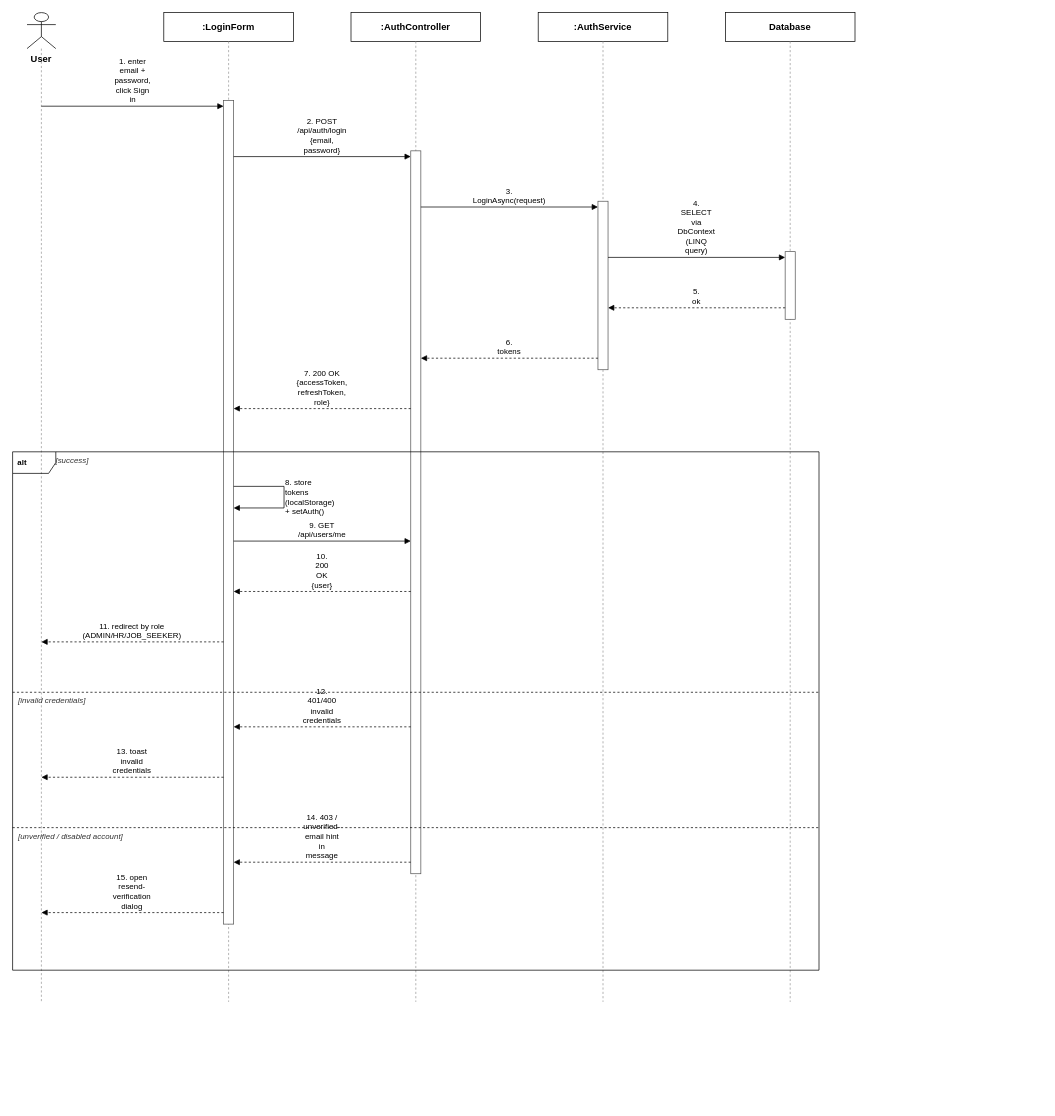
Earlier version of the draw.io diagram docs/qa/Hien_SequenceDiagram/Report4_SequenceDiagram_Login.drawio (tulklk/AI_Interview_Question_Generation_RAG_LLM_FE). Source tidied: cells renumbered, new cells numbered last; positions are measured from the earlier drawing's top-left corner, leaving out a move shared by most shapes. Both pictures are drawn from the tidied source at 72%, with x=0, y=0 at pixel (12, 12).
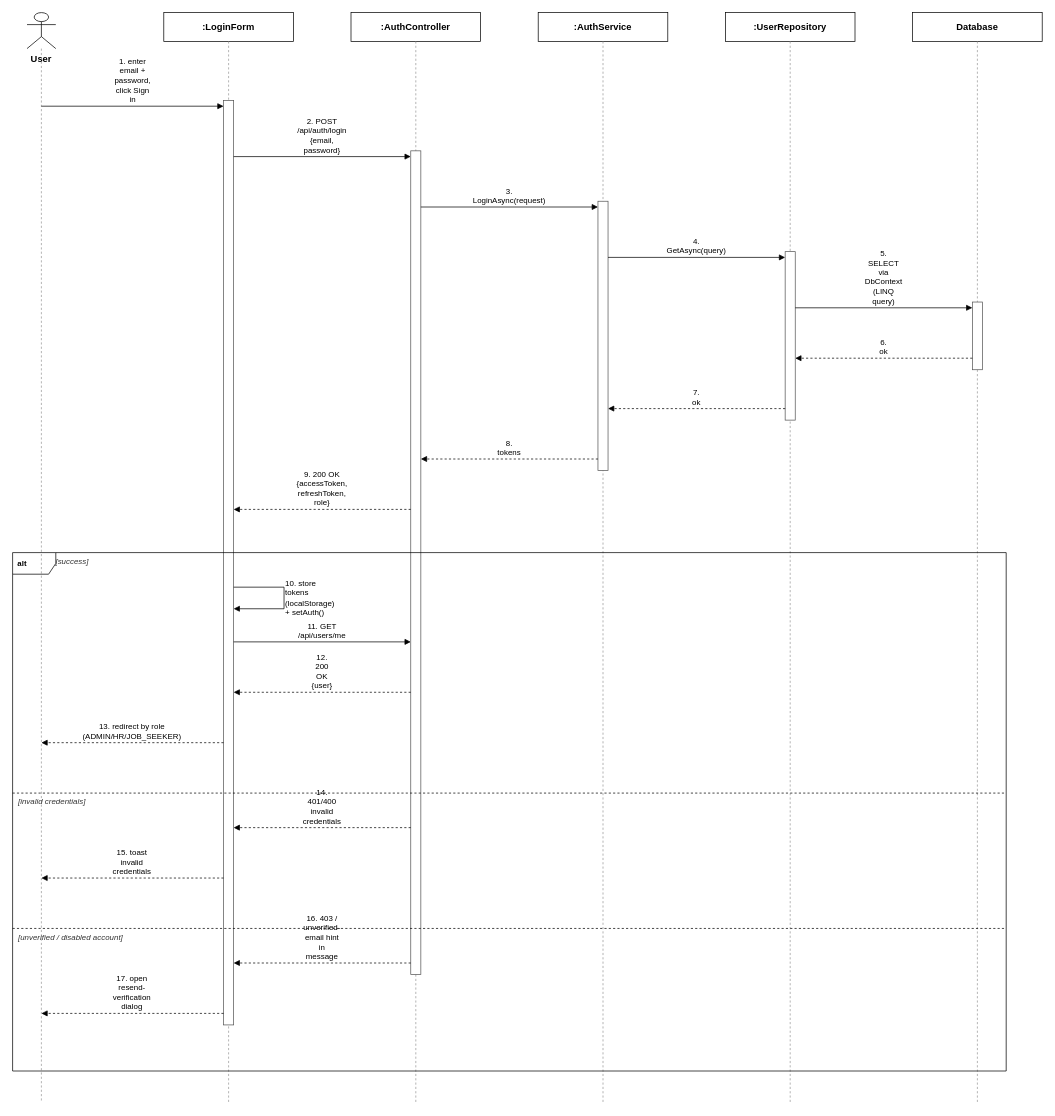
After the change.

What changed in the source:
```diff
@@
     <mxCell id="3" style="endArrow=none;dashed=1;html=1;strokeColor=#999999;" parent="1" edge="1">
       <mxGeometry relative="1" as="geometry">
         <mxPoint x="40" y="50" as="sourcePoint" />
-        <mxPoint x="40" y="1374" as="targetPoint" />
+        <mxPoint x="40" y="1514" as="targetPoint" />
       </mxGeometry>
     </mxCell>
@@
     <mxCell id="5" style="endArrow=none;dashed=1;html=1;strokeColor=#999999;" parent="1" edge="1">
       <mxGeometry relative="1" as="geometry">
         <mxPoint x="300" y="40" as="sourcePoint" />
-        <mxPoint x="300" y="1374" as="targetPoint" />
+        <mxPoint x="300" y="1514" as="targetPoint" />
       </mxGeometry>
     </mxCell>
@@
     <mxCell id="7" style="endArrow=none;dashed=1;html=1;strokeColor=#999999;" parent="1" edge="1">
       <mxGeometry relative="1" as="geometry">
         <mxPoint x="560" y="40" as="sourcePoint" />
-        <mxPoint x="560" y="1374" as="targetPoint" />
+        <mxPoint x="560" y="1514" as="targetPoint" />
       </mxGeometry>
     </mxCell>
@@
     <mxCell id="9" style="endArrow=none;dashed=1;html=1;strokeColor=#999999;" parent="1" edge="1">
       <mxGeometry relative="1" as="geometry">
         <mxPoint x="820" y="40" as="sourcePoint" />
-        <mxPoint x="820" y="1374" as="targetPoint" />
+        <mxPoint x="820" y="1514" as="targetPoint" />
       </mxGeometry>
     </mxCell>
-    <mxCell id="10" value="Database" style="rounded=0;whiteSpace=wrap;html=1;fontSize=13;fillColor=#ffffff;strokeColor=#000000;fontStyle=1;" parent="1" vertex="1">
+    <mxCell id="10" value=":UserRepository" style="rounded=0;whiteSpace=wrap;html=1;fontSize=13;fillColor=#ffffff;strokeColor=#000000;fontStyle=1;" parent="1" vertex="1">
       <mxGeometry x="990" width="180" height="40" as="geometry" />
     </mxCell>
     <mxCell id="11" style="endArrow=none;dashed=1;html=1;strokeColor=#999999;" parent="1" edge="1">
       <mxGeometry relative="1" as="geometry">
         <mxPoint x="1080" y="40" as="sourcePoint" />
-        <mxPoint x="1080" y="1374" as="targetPoint" />
+        <mxPoint x="1080" y="1514" as="targetPoint" />
       </mxGeometry>
     </mxCell>
-    <mxCell id="12" style="rounded=0;whiteSpace=wrap;html=1;fillColor=#ffffff;strokeColor=#555555;" parent="1" vertex="1">
-      <mxGeometry x="293" y="122" width="14" height="1144" as="geometry" />
+    <mxCell id="12" value="Database" style="rounded=0;whiteSpace=wrap;html=1;fontSize=13;fillColor=#ffffff;strokeColor=#000000;fontStyle=1;" parent="1" vertex="1">
+      <mxGeometry x="1250" width="180" height="40" as="geometry" />
     </mxCell>
-    <mxCell id="13" style="rounded=0;whiteSpace=wrap;html=1;fillColor=#ffffff;strokeColor=#555555;" parent="1" vertex="1">
-      <mxGeometry x="553" y="192" width="14" height="1004" as="geometry" />
+    <mxCell id="13" style="endArrow=none;dashed=1;html=1;strokeColor=#999999;" parent="1" edge="1">
+      <mxGeometry relative="1" as="geometry">
+        <mxPoint x="1340" y="40" as="sourcePoint" />
+        <mxPoint x="1340" y="1514" as="targetPoint" />
+      </mxGeometry>
     </mxCell>
     <mxCell id="14" style="rounded=0;whiteSpace=wrap;html=1;fillColor=#ffffff;strokeColor=#555555;" parent="1" vertex="1">
-      <mxGeometry x="813" y="262" width="14" height="234" as="geometry" />
+      <mxGeometry x="293" y="122" width="14" height="1284" as="geometry" />
     </mxCell>
     <mxCell id="15" style="rounded=0;whiteSpace=wrap;html=1;fillColor=#ffffff;strokeColor=#555555;" parent="1" vertex="1">
-      <mxGeometry x="1073" y="332" width="14" height="94" as="geometry" />
+      <mxGeometry x="553" y="192" width="14" height="1144" as="geometry" />
     </mxCell>
-    <mxCell id="16" value="1. enter email + password, click Sign in" style="endArrow=block;endFill=1;html=1;whiteSpace=wrap;fontSize=11;align=center;verticalAlign=bottom;labelBackgroundColor=#ffffff;strokeColor=#000000;" parent="1" edge="1">
-      <mxGeometry relative="1" as="geometry">
-        <mxPoint x="40" y="130" as="sourcePoint" />
-        <mxPoint x="293" y="130" as="targetPoint" />
-      </mxGeometry>
+    <mxCell id="16" style="rounded=0;whiteSpace=wrap;html=1;fillColor=#ffffff;strokeColor=#555555;" parent="1" vertex="1">
+      <mxGeometry x="813" y="262" width="14" height="374" as="geometry" />
     </mxCell>
-    <mxCell id="17" value="2. POST /api/auth/login {email, password}" style="endArrow=block;endFill=1;html=1;whiteSpace=wrap;fontSize=11;align=center;verticalAlign=bottom;labelBackgroundColor=#ffffff;strokeColor=#000000;" parent="1" edge="1">
-      <mxGeometry relative="1" as="geometry">
-        <mxPoint x="307" y="200" as="sourcePoint" />
-        <mxPoint x="553" y="200" as="targetPoint" />
-      </mxGeometry>
+    <mxCell id="17" style="rounded=0;whiteSpace=wrap;html=1;fillColor=#ffffff;strokeColor=#555555;" parent="1" vertex="1">
+      <mxGeometry x="1073" y="332" width="14" height="234" as="geometry" />
     </mxCell>
-    <mxCell id="18" value="3. LoginAsync(request)" style="endArrow=block;endFill=1;html=1;whiteSpace=wrap;fontSize=11;align=center;verticalAlign=bottom;labelBackgroundColor=#ffffff;strokeColor=#000000;" parent="1" edge="1">
-      <mxGeometry relative="1" as="geometry">
-        <mxPoint x="567" y="270" as="sourcePoint" />
-        <mxPoint x="813" y="270" as="targetPoint" />
-      </mxGeometry>
+    <mxCell id="18" style="rounded=0;whiteSpace=wrap;html=1;fillColor=#ffffff;strokeColor=#555555;" parent="1" vertex="1">
+      <mxGeometry x="1333" y="402" width="14" height="94" as="geometry" />
     </mxCell>
-    <mxCell id="19" value="4. SELECT via DbContext (LINQ query)" style="endArrow=block;endFill=1;html=1;whiteSpace=wrap;fontSize=11;align=center;verticalAlign=bottom;labelBackgroundColor=#ffffff;strokeColor=#000000;" parent="1" edge="1">
+    <mxCell id="19" value="1. enter email + password, click Sign in" style="endArrow=block;endFill=1;html=1;whiteSpace=wrap;fontSize=11;align=center;verticalAlign=bottom;labelBackgroundColor=#ffffff;strokeColor=#000000;" parent="1" edge="1">
       <mxGeometry relative="1" as="geometry">
-        <mxPoint x="827" y="340" as="sourcePoint" />
-        <mxPoint x="1073" y="340" as="targetPoint" />
+        <mxPoint x="40" y="130" as="sourcePoint" />
+        <mxPoint x="293" y="130" as="targetPoint" />
       </mxGeometry>
     </mxCell>
-    <mxCell id="20" value="5. ok" style="endArrow=block;endFill=1;html=1;whiteSpace=wrap;dashed=1;fontSize=11;align=center;verticalAlign=bottom;labelBackgroundColor=#ffffff;strokeColor=#000000;" parent="1" edge="1">
+    <mxCell id="20" value="2. POST /api/auth/login {email, password}" style="endArrow=block;endFill=1;html=1;whiteSpace=wrap;fontSize=11;align=center;verticalAlign=bottom;labelBackgroundColor=#ffffff;strokeColor=#000000;" parent="1" edge="1">
       <mxGeometry relative="1" as="geometry">
-        <mxPoint x="1073" y="410" as="sourcePoint" />
-        <mxPoint x="827" y="410" as="targetPoint" />
+        <mxPoint x="307" y="200" as="sourcePoint" />
+        <mxPoint x="553" y="200" as="targetPoint" />
       </mxGeometry>
     </mxCell>
-    <mxCell id="21" value="6. tokens" style="endArrow=block;endFill=1;html=1;whiteSpace=wrap;dashed=1;fontSize=11;align=center;verticalAlign=bottom;labelBackgroundColor=#ffffff;strokeColor=#000000;" parent="1" edge="1">
+    <mxCell id="21" value="3. LoginAsync(request)" style="endArrow=block;endFill=1;html=1;whiteSpace=wrap;fontSize=11;align=center;verticalAlign=bottom;labelBackgroundColor=#ffffff;strokeColor=#000000;" parent="1" edge="1">
       <mxGeometry relative="1" as="geometry">
-        <mxPoint x="813" y="480" as="sourcePoint" />
-        <mxPoint x="567" y="480" as="targetPoint" />
+        <mxPoint x="567" y="270" as="sourcePoint" />
+        <mxPoint x="813" y="270" as="targetPoint" />
       </mxGeometry>
     </mxCell>
-    <mxCell id="22" value="7. 200 OK {accessToken, refreshToken, role}" style="endArrow=block;endFill=1;html=1;whiteSpace=wrap;dashed=1;fontSize=11;align=center;verticalAlign=bottom;labelBackgroundColor=#ffffff;strokeColor=#000000;" parent="1" edge="1">
+    <mxCell id="22" value="4. GetAsync(query)" style="endArrow=block;endFill=1;html=1;whiteSpace=wrap;fontSize=11;align=center;verticalAlign=bottom;labelBackgroundColor=#ffffff;strokeColor=#000000;" parent="1" edge="1">
       <mxGeometry relative="1" as="geometry">
-        <mxPoint x="553" y="550" as="sourcePoint" />
-        <mxPoint x="307" y="550" as="targetPoint" />
+        <mxPoint x="827" y="340" as="sourcePoint" />
+        <mxPoint x="1073" y="340" as="targetPoint" />
       </mxGeometry>
     </mxCell>
-    <mxCell id="23" value="8. store tokens (localStorage) + setAuth()" style="endArrow=block;endFill=1;html=1;whiteSpace=wrap;fontSize=11;align=left;verticalAlign=middle;labelBackgroundColor=#ffffff;rounded=0;strokeColor=#000000;" parent="1" edge="1">
+    <mxCell id="23" value="5. SELECT via DbContext (LINQ query)" style="endArrow=block;endFill=1;html=1;whiteSpace=wrap;fontSize=11;align=center;verticalAlign=bottom;labelBackgroundColor=#ffffff;strokeColor=#000000;" parent="1" edge="1">
       <mxGeometry relative="1" as="geometry">
-        <mxPoint x="307" y="658" as="sourcePoint" />
-        <mxPoint x="307" y="688" as="targetPoint" />
-        <Array as="points">
-          <mxPoint x="377" y="658" />
-          <mxPoint x="377" y="688" />
-        </Array>
+        <mxPoint x="1087" y="410" as="sourcePoint" />
+        <mxPoint x="1333" y="410" as="targetPoint" />
       </mxGeometry>
     </mxCell>
-    <mxCell id="24" value="9. GET /api/users/me" style="endArrow=block;endFill=1;html=1;whiteSpace=wrap;fontSize=11;align=center;verticalAlign=bottom;labelBackgroundColor=#ffffff;strokeColor=#000000;" parent="1" edge="1">
+    <mxCell id="24" value="6. ok" style="endArrow=block;endFill=1;html=1;whiteSpace=wrap;dashed=1;fontSize=11;align=center;verticalAlign=bottom;labelBackgroundColor=#ffffff;strokeColor=#000000;" parent="1" edge="1">
       <mxGeometry relative="1" as="geometry">
-        <mxPoint x="307" y="734" as="sourcePoint" />
-        <mxPoint x="553" y="734" as="targetPoint" />
+        <mxPoint x="1333" y="480" as="sourcePoint" />
+        <mxPoint x="1087" y="480" as="targetPoint" />
       </mxGeometry>
     </mxCell>
-    <mxCell id="25" value="10. 200 OK {user}" style="endArrow=block;endFill=1;html=1;whiteSpace=wrap;dashed=1;fontSize=11;align=center;verticalAlign=bottom;labelBackgroundColor=#ffffff;strokeColor=#000000;" parent="1" edge="1">
+    <mxCell id="25" value="7. ok" style="endArrow=block;endFill=1;html=1;whiteSpace=wrap;dashed=1;fontSize=11;align=center;verticalAlign=bottom;labelBackgroundColor=#ffffff;strokeColor=#000000;" parent="1" edge="1">
       <mxGeometry relative="1" as="geometry">
-        <mxPoint x="553" y="804" as="sourcePoint" />
-        <mxPoint x="307" y="804" as="targetPoint" />
+        <mxPoint x="1073" y="550" as="sourcePoint" />
+        <mxPoint x="827" y="550" as="targetPoint" />
       </mxGeometry>
     </mxCell>
-    <mxCell id="26" value="11. redirect by role (ADMIN/HR/JOB_SEEKER)" style="endArrow=block;endFill=1;html=1;whiteSpace=wrap;dashed=1;fontSize=11;align=center;verticalAlign=bottom;labelBackgroundColor=#ffffff;strokeColor=#000000;" parent="1" edge="1">
+    <mxCell id="26" value="8. tokens" style="endArrow=block;endFill=1;html=1;whiteSpace=wrap;dashed=1;fontSize=11;align=center;verticalAlign=bottom;labelBackgroundColor=#ffffff;strokeColor=#000000;" parent="1" edge="1">
       <mxGeometry relative="1" as="geometry">
-        <mxPoint x="293" y="874" as="sourcePoint" />
-        <mxPoint x="40" y="874" as="targetPoint" />
+        <mxPoint x="813" y="620" as="sourcePoint" />
+        <mxPoint x="567" y="620" as="targetPoint" />
       </mxGeometry>
     </mxCell>
-    <mxCell id="27" value="12. 401/400 invalid credentials" style="endArrow=block;endFill=1;html=1;whiteSpace=wrap;dashed=1;fontSize=11;align=center;verticalAlign=bottom;labelBackgroundColor=#ffffff;strokeColor=#000000;" parent="1" edge="1">
+    <mxCell id="27" value="9. 200 OK {accessToken, refreshToken, role}" style="endArrow=block;endFill=1;html=1;whiteSpace=wrap;dashed=1;fontSize=11;align=center;verticalAlign=bottom;labelBackgroundColor=#ffffff;strokeColor=#000000;" parent="1" edge="1">
       <mxGeometry relative="1" as="geometry">
-        <mxPoint x="553" y="992" as="sourcePoint" />
-        <mxPoint x="307" y="992" as="targetPoint" />
+        <mxPoint x="553" y="690" as="sourcePoint" />
+        <mxPoint x="307" y="690" as="targetPoint" />
       </mxGeometry>
     </mxCell>
-    <mxCell id="28" value="13. toast invalid credentials" style="endArrow=block;endFill=1;html=1;whiteSpace=wrap;dashed=1;fontSize=11;align=center;verticalAlign=bottom;labelBackgroundColor=#ffffff;strokeColor=#000000;" parent="1" edge="1">
+    <mxCell id="28" value="10. store tokens (localStorage) + setAuth()" style="endArrow=block;endFill=1;html=1;whiteSpace=wrap;fontSize=11;align=left;verticalAlign=middle;labelBackgroundColor=#ffffff;rounded=0;strokeColor=#000000;" parent="1" edge="1">
       <mxGeometry relative="1" as="geometry">
-        <mxPoint x="293" y="1062" as="sourcePoint" />
-        <mxPoint x="40" y="1062" as="targetPoint" />
+        <mxPoint x="307" y="798" as="sourcePoint" />
+        <mxPoint x="307" y="828" as="targetPoint" />
+        <Array as="points">
+          <mxPoint x="377" y="798" />
+          <mxPoint x="377" y="828" />
+        </Array>
       </mxGeometry>
     </mxCell>
-    <mxCell id="29" value="14. 403 / unverified-email hint in message" style="endArrow=block;endFill=1;html=1;whiteSpace=wrap;dashed=1;fontSize=11;align=center;verticalAlign=bottom;labelBackgroundColor=#ffffff;strokeColor=#000000;" parent="1" edge="1">
+    <mxCell id="29" value="11. GET /api/users/me" style="endArrow=block;endFill=1;html=1;whiteSpace=wrap;fontSize=11;align=center;verticalAlign=bottom;labelBackgroundColor=#ffffff;strokeColor=#000000;" parent="1" edge="1">
       <mxGeometry relative="1" as="geometry">
-        <mxPoint x="553" y="1180" as="sourcePoint" />
-        <mxPoint x="307" y="1180" as="targetPoint" />
+        <mxPoint x="307" y="874" as="sourcePoint" />
+        <mxPoint x="553" y="874" as="targetPoint" />
       </mxGeometry>
     </mxCell>
-    <mxCell id="30" value="15. open resend-verification dialog" style="endArrow=block;endFill=1;html=1;whiteSpace=wrap;dashed=1;fontSize=11;align=center;verticalAlign=bottom;labelBackgroundColor=#ffffff;strokeColor=#000000;" parent="1" edge="1">
+    <mxCell id="30" value="12. 200 OK {user}" style="endArrow=block;endFill=1;html=1;whiteSpace=wrap;dashed=1;fontSize=11;align=center;verticalAlign=bottom;labelBackgroundColor=#ffffff;strokeColor=#000000;" parent="1" edge="1">
       <mxGeometry relative="1" as="geometry">
-        <mxPoint x="293" y="1250" as="sourcePoint" />
-        <mxPoint x="40" y="1250" as="targetPoint" />
+        <mxPoint x="553" y="944" as="sourcePoint" />
+        <mxPoint x="307" y="944" as="targetPoint" />
       </mxGeometry>
     </mxCell>
-    <mxCell id="31" value="&lt;b&gt;&amp;nbsp;alt&amp;nbsp;&lt;/b&gt;" style="shape=umlFrame;whiteSpace=wrap;html=1;align=left;verticalAlign=top;fontSize=11;spacingLeft=2;spacingTop=2;strokeColor=#000000;fillColor=none;" parent="1" vertex="1">
-      <mxGeometry y="610" width="1120" height="720" as="geometry" />
+    <mxCell id="31" value="13. redirect by role (ADMIN/HR/JOB_SEEKER)" style="endArrow=block;endFill=1;html=1;whiteSpace=wrap;dashed=1;fontSize=11;align=center;verticalAlign=bottom;labelBackgroundColor=#ffffff;strokeColor=#000000;" parent="1" edge="1">
+      <mxGeometry relative="1" as="geometry">
+        <mxPoint x="293" y="1014" as="sourcePoint" />
+        <mxPoint x="40" y="1014" as="targetPoint" />
+      </mxGeometry>
     </mxCell>
-    <mxCell id="32" value="[success]" style="text;html=1;align=left;verticalAlign=middle;fontSize=11;fontColor=#333333;fontStyle=2;" parent="1" vertex="1">
-      <mxGeometry x="58" y="612" width="1056" height="20" as="geometry" />
+    <mxCell id="32" value="14. 401/400 invalid credentials" style="endArrow=block;endFill=1;html=1;whiteSpace=wrap;dashed=1;fontSize=11;align=center;verticalAlign=bottom;labelBackgroundColor=#ffffff;strokeColor=#000000;" parent="1" edge="1">
+      <mxGeometry relative="1" as="geometry">
+        <mxPoint x="553" y="1132" as="sourcePoint" />
+        <mxPoint x="307" y="1132" as="targetPoint" />
+      </mxGeometry>
     </mxCell>
-    <mxCell id="33" style="endArrow=none;dashed=1;html=1;strokeColor=#000000;" parent="1" edge="1">
+    <mxCell id="33" value="15. toast invalid credentials" style="endArrow=block;endFill=1;html=1;whiteSpace=wrap;dashed=1;fontSize=11;align=center;verticalAlign=bottom;labelBackgroundColor=#ffffff;strokeColor=#000000;" parent="1" edge="1">
       <mxGeometry relative="1" as="geometry">
-        <mxPoint y="944" as="sourcePoint" />
-        <mxPoint x="1120" y="944" as="targetPoint" />
+        <mxPoint x="293" y="1202" as="sourcePoint" />
+        <mxPoint x="40" y="1202" as="targetPoint" />
       </mxGeometry>
     </mxCell>
-    <mxCell id="34" value="[invalid credentials]" style="text;html=1;align=left;verticalAlign=middle;fontSize=11;fontColor=#333333;fontStyle=2;" parent="1" vertex="1">
-      <mxGeometry x="6" y="946" width="1108" height="20" as="geometry" />
+    <mxCell id="34" value="16. 403 / unverified-email hint in message" style="endArrow=block;endFill=1;html=1;whiteSpace=wrap;dashed=1;fontSize=11;align=center;verticalAlign=bottom;labelBackgroundColor=#ffffff;strokeColor=#000000;" parent="1" edge="1">
+      <mxGeometry relative="1" as="geometry">
+        <mxPoint x="553" y="1320" as="sourcePoint" />
+        <mxPoint x="307" y="1320" as="targetPoint" />
+      </mxGeometry>
     </mxCell>
-    <mxCell id="35" style="endArrow=none;dashed=1;html=1;strokeColor=#000000;" parent="1" edge="1">
+    <mxCell id="35" value="17. open resend-verification dialog" style="endArrow=block;endFill=1;html=1;whiteSpace=wrap;dashed=1;fontSize=11;align=center;verticalAlign=bottom;labelBackgroundColor=#ffffff;strokeColor=#000000;" parent="1" edge="1">
       <mxGeometry relative="1" as="geometry">
-        <mxPoint y="1132" as="sourcePoint" />
-        <mxPoint x="1120" y="1132" as="targetPoint" />
+        <mxPoint x="293" y="1390" as="sourcePoint" />
+        <mxPoint x="40" y="1390" as="targetPoint" />
       </mxGeometry>
     </mxCell>
-    <mxCell id="36" value="[unverified / disabled account]" style="text;html=1;align=left;verticalAlign=middle;fontSize=11;fontColor=#333333;fontStyle=2;" parent="1" vertex="1">
-      <mxGeometry x="6" y="1134" width="1108" height="20" as="geometry" />
+    <mxCell id="36" value="&lt;b&gt;&amp;nbsp;alt&amp;nbsp;&lt;/b&gt;" style="shape=umlFrame;whiteSpace=wrap;html=1;align=left;verticalAlign=top;fontSize=11;spacingLeft=2;spacingTop=2;strokeColor=#000000;fillColor=none;" parent="1" vertex="1">
+      <mxGeometry y="750" width="1380" height="720" as="geometry" />
     </mxCell>
+    <mxCell id="37" value="[success]" style="text;html=1;align=left;verticalAlign=middle;fontSize=11;fontColor=#333333;fontStyle=2;" parent="1" vertex="1">
+      <mxGeometry x="58" y="752" width="1316" height="20" as="geometry" />
+    </mxCell>
+    <mxCell id="38" style="endArrow=none;dashed=1;html=1;strokeColor=#000000;" parent="1" edge="1">
+      <mxGeometry relative="1" as="geometry">
+        <mxPoint y="1084" as="sourcePoint" />
+        <mxPoint x="1380" y="1084" as="targetPoint" />
+      </mxGeometry>
+    </mxCell>
+    <mxCell id="39" value="[invalid credentials]" style="text;html=1;align=left;verticalAlign=middle;fontSize=11;fontColor=#333333;fontStyle=2;" parent="1" vertex="1">
+      <mxGeometry x="6" y="1086" width="1368" height="20" as="geometry" />
+    </mxCell>
+    <mxCell id="40" style="endArrow=none;dashed=1;html=1;strokeColor=#000000;" parent="1" edge="1">
+      <mxGeometry relative="1" as="geometry">
+        <mxPoint y="1272" as="sourcePoint" />
+        <mxPoint x="1380" y="1272" as="targetPoint" />
+      </mxGeometry>
+    </mxCell>
+    <mxCell id="41" value="[unverified / disabled account]" style="text;html=1;align=left;verticalAlign=middle;fontSize=11;fontColor=#333333;fontStyle=2;" parent="1" vertex="1">
+      <mxGeometry x="6" y="1274" width="1368" height="20" as="geometry" />
+    </mxCell>
```
